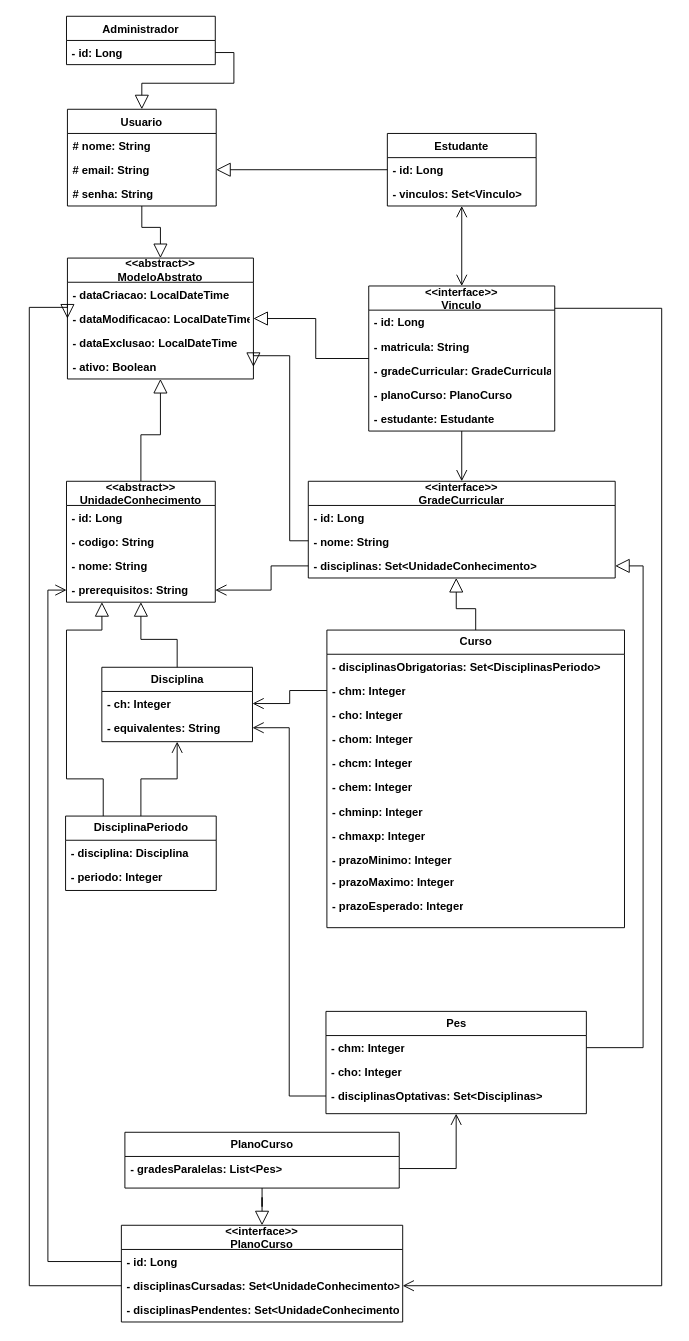
arturo32/PODE keeps this draw.io diagram as page "Aplicação 1" (5 of 7) of planejamento/modelagem/DiagramaDeClasses.drawio. Above is the earlier version. Source tidied: cells renumbered, new cells numbered last; positions are measured from the earlier drawing's top-left corner, leaving out a move shared by most shapes. Both pictures are drawn from the tidied source at 93%, with x=0, y=0 at pixel (29, 16).
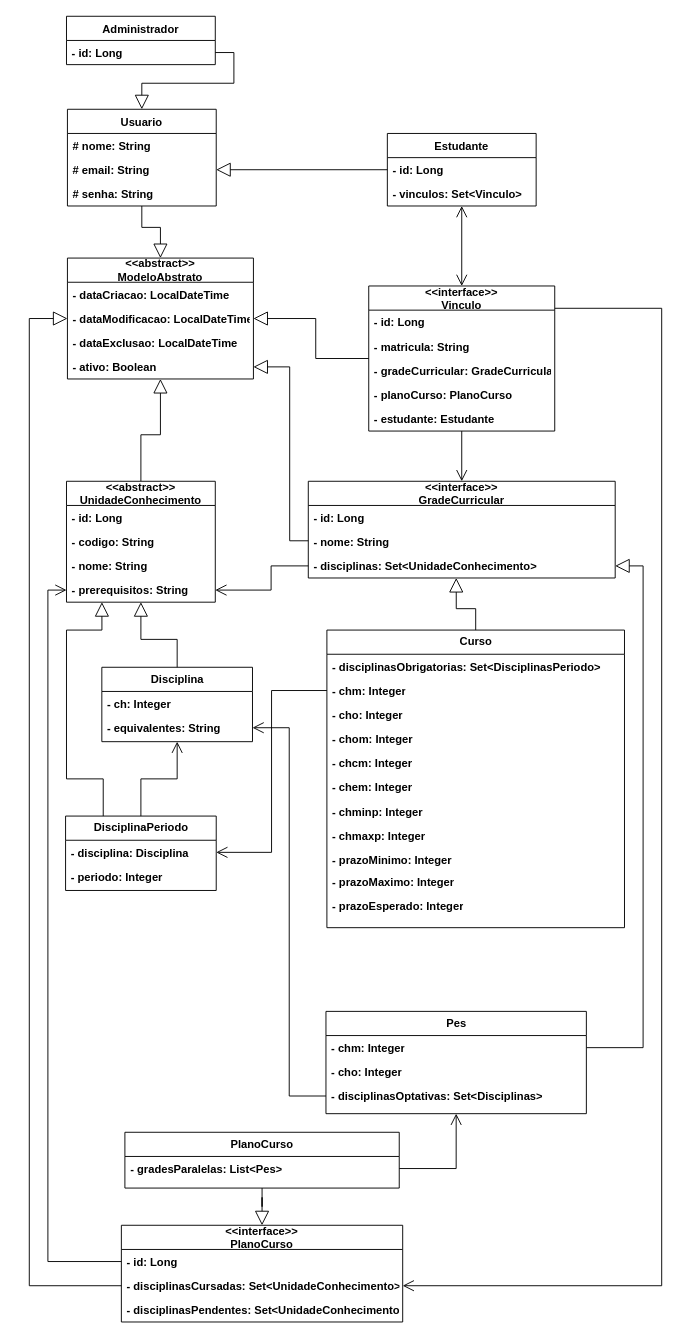
Above is the later version.

The change refers to these unchanged cells:
```xml
<mxCell id="4" value="- dataModificacao: LocalDateTime" style="text;strokeColor=none;fillColor=none;align=left;verticalAlign=top;spacingLeft=4;spacingRight=4;overflow=hidden;points=[[0,0.5],[1,0.5]];portConstraint=eastwest;rounded=1;shadow=0;glass=0;sketch=0;fontFamily=Helvetica;fontStyle=1;" parent="2" vertex="1">
  <mxGeometry y="52" width="200" height="26" as="geometry" />
</mxCell>
<mxCell id="6" value="- ativo: Boolean" style="text;strokeColor=none;fillColor=none;align=left;verticalAlign=top;spacingLeft=4;spacingRight=4;overflow=hidden;points=[[0,0.5],[1,0.5]];portConstraint=eastwest;rounded=1;shadow=0;glass=0;sketch=0;fontFamily=Helvetica;fontStyle=1;" parent="2" vertex="1">
  <mxGeometry y="104" width="200" height="26" as="geometry" />
</mxCell>
<mxCell id="31" value="&lt;&lt;interface&gt;&gt;&#10;GradeCurricular" style="swimlane;fontStyle=1;align=center;verticalAlign=middle;horizontal=1;startSize=26;rounded=0;shadow=0;glass=0;sketch=0;fontFamily=Helvetica;" parent="1" vertex="1">
  <mxGeometry x="300" y="500" width="330" height="104" as="geometry" />
</mxCell>
<mxCell id="38" value="- disciplinasCursadas: Set&lt;UnidadeConhecimento&gt;" style="text;strokeColor=none;fillColor=none;align=left;verticalAlign=top;spacingLeft=4;spacingRight=4;overflow=hidden;points=[[0,0.5],[1,0.5]];portConstraint=eastwest;rounded=0;shadow=0;glass=0;sketch=0;fontFamily=Helvetica;fontStyle=1;" parent="36" vertex="1">
  <mxGeometry y="52" width="302.5" height="26" as="geometry" />
</mxCell>
<mxCell id="50" value="- chm: Integer" style="text;html=1;strokeColor=none;fillColor=none;align=left;verticalAlign=top;spacingLeft=4;spacingRight=4;whiteSpace=wrap;overflow=hidden;points=[[0,0.5],[1,0.5]];portConstraint=eastwest;fontFamily=Helvetica;fontStyle=1;" parent="48" vertex="1">
  <mxGeometry y="52" width="320" height="26" as="geometry" />
</mxCell>
<mxCell id="62" value="- ch: Integer" style="text;html=1;strokeColor=none;fillColor=none;align=left;verticalAlign=top;spacingLeft=4;spacingRight=4;whiteSpace=wrap;overflow=hidden;points=[[0,0.5],[1,0.5]];portConstraint=eastwest;fontFamily=Helvetica;fontStyle=1;" parent="61" vertex="1">
  <mxGeometry y="26" width="162" height="26" as="geometry" />
</mxCell>
<mxCell id="78" value="- disciplina: Disciplina" style="text;html=1;strokeColor=none;fillColor=none;align=left;verticalAlign=top;spacingLeft=4;spacingRight=4;whiteSpace=wrap;overflow=hidden;points=[[0,0.5],[1,0.5]];portConstraint=eastwest;fontFamily=Helvetica;fontStyle=1;" parent="77" vertex="1">
  <mxGeometry y="26" width="162" height="26" as="geometry" />
</mxCell>
```

Change to the diagram source:
```diff
@@
     <mxCell id="29" style="edgeStyle=orthogonalEdgeStyle;rounded=0;jettySize=auto;html=1;startArrow=none;startFill=0;endArrow=block;endFill=0;startSize=10;endSize=13;strokeWidth=1;entryX=1;entryY=0.5;entryDx=0;entryDy=0;fontFamily=Helvetica;fontStyle=1;" parent="1" edge="1" source="31" target="6">
       <mxGeometry relative="1" as="geometry">
         <Array as="points">
           <mxPoint x="280" y="564" />
-          <mxPoint x="280" y="365" />
+          <mxPoint x="280" y="377" />
         </Array>
       </mxGeometry>
     </mxCell>
@@
     <mxCell id="35" style="edgeStyle=orthogonalEdgeStyle;rounded=0;jettySize=auto;html=1;startArrow=none;startFill=0;endArrow=block;endFill=0;startSize=10;endSize=13;strokeWidth=1;entryX=0;entryY=0.5;entryDx=0;entryDy=0;exitX=0;exitY=0.5;exitDx=0;exitDy=0;fontFamily=Helvetica;fontStyle=1;" parent="1" edge="1" source="38" target="4">
       <mxGeometry relative="1" as="geometry">
         <Array as="points">
           <mxPoint y="1365" />
-          <mxPoint y="313" />
+          <mxPoint y="325" />
         </Array>
       </mxGeometry>
     </mxCell>
@@
-    <mxCell id="74" style="edgeStyle=orthogonalEdgeStyle;rounded=0;jettySize=auto;html=1;entryX=1;entryY=0.5;entryDx=0;entryDy=0;endArrow=open;endFill=0;strokeWidth=1;endSize=10;startFill=0;startSize=10;fontFamily=Helvetica;fontStyle=1;" parent="1" edge="1" source="50" target="62">
+    <mxCell id="74" style="edgeStyle=orthogonalEdgeStyle;rounded=0;jettySize=auto;html=1;entryX=1;entryY=0.5;entryDx=0;entryDy=0;endArrow=open;endFill=0;strokeWidth=1;endSize=10;startFill=0;startSize=10;fontFamily=Helvetica;fontStyle=1;" parent="1" edge="1" source="50" target="78">
       <mxGeometry relative="1" as="geometry" />
     </mxCell>
```
